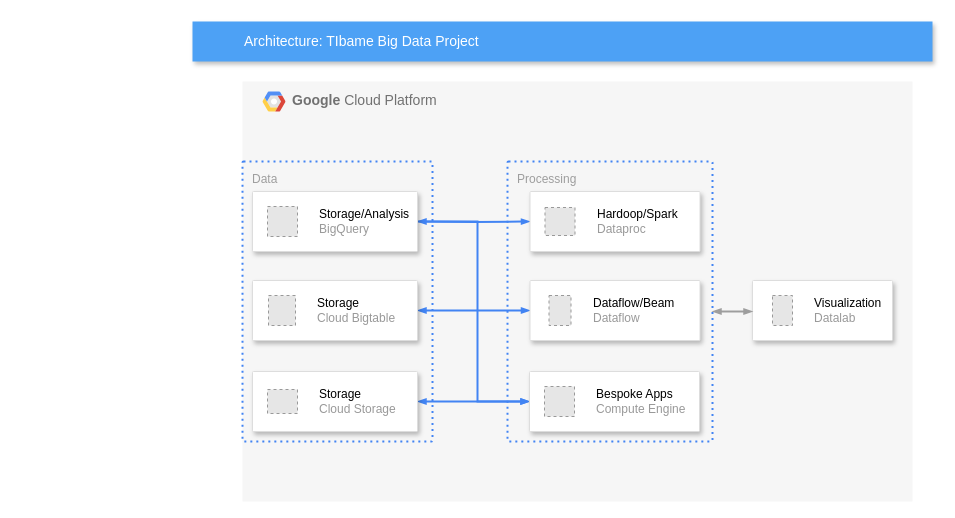
Above: v0.drawio in judyazby/tibame (draw.io), before the change. Source tidied: cells renumbered, new cells numbered last; positions are measured from the earlier drawing's top-left corner, leaving out a move shared by most shapes. Both pictures are drawn from the tidied source at 100%, with x=0, y=0 at pixel (192, 21). Pictures stored in the file or linked from it are replaced by grey dashed boxes.
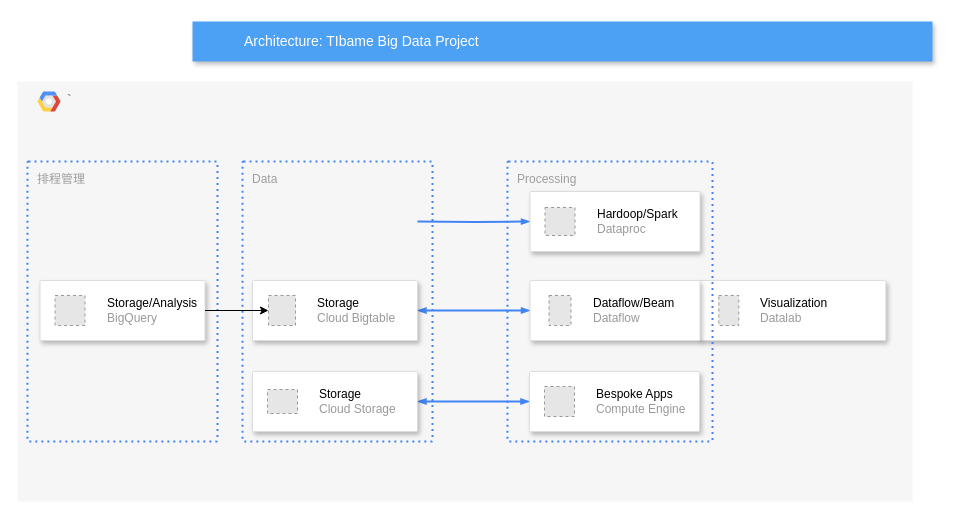
After the change.

Unchanged cells that the change refers to:
```xml
<mxCell id="17" value="&lt;font color=&quot;#000000&quot;&gt;Storage&lt;/font&gt;&lt;br&gt;Cloud Bigtable" style="fillColor=#E6E6E6;strokeColor=#999999;dashed=1;html=1;fontColor=#999999;verticalLabelPosition=middle;verticalAlign=middle;labelPosition=right;align=left;spacingLeft=20;" parent="16" vertex="1">
  <mxGeometry width="27" height="30" relative="1" as="geometry">
    <mxPoint x="16" y="15" as="offset" />
  </mxGeometry>
</mxCell>
<mxCell id="24" style="strokeColor=#dddddd;shadow=1;strokeWidth=1;rounded=1;absoluteArcSize=1;arcSize=2;" parent="1" vertex="1">
  <mxGeometry x="337" y="350" width="170" height="60" as="geometry" />
</mxCell>
```

The edit, as a diff of the source:
```diff
@@
-    <mxCell id="2" value="&lt;b&gt;Google &lt;/b&gt;Cloud Platform" style="fillColor=#F6F6F6;strokeColor=none;shadow=0;gradientColor=none;fontSize=14;align=left;spacing=10;fontColor=#717171;9E9E9E;verticalAlign=top;spacingTop=-4;fontStyle=0;spacingLeft=40;html=1;" parent="1" vertex="1">
-      <mxGeometry x="50" y="60" width="670" height="420" as="geometry" />
+    <mxCell id="2" value="`" style="fillColor=#F6F6F6;strokeColor=none;shadow=0;gradientColor=none;fontSize=14;align=left;spacing=10;fontColor=#717171;9E9E9E;verticalAlign=top;spacingTop=-4;fontStyle=0;spacingLeft=40;html=1;" parent="1" vertex="1">
+      <mxGeometry x="-175" y="60" width="895" height="420" as="geometry" />
     </mxCell>
@@
     <mxCell id="4" style="strokeColor=#dddddd;shadow=1;strokeWidth=1;rounded=1;absoluteArcSize=1;arcSize=2;" parent="2" vertex="1">
-      <mxGeometry x="510" y="199" width="140" height="60" as="geometry" />
+      <mxGeometry x="681.3" y="199" width="187" height="60" as="geometry" />
     </mxCell>
@@
+    <mxCell id="26" value="排程管理" style="rounded=1;absoluteArcSize=1;arcSize=2;html=1;strokeColor=#4284F3;gradientColor=none;shadow=0;dashed=1;fontSize=12;fontColor=#9E9E9E;align=left;verticalAlign=top;spacing=10;spacingTop=-4;fillColor=none;dashPattern=1 2;strokeWidth=2;" parent="2" vertex="1">
+      <mxGeometry x="10" y="80" width="190" height="280" as="geometry" />
+    </mxCell>
+    <mxCell id="14" style="strokeColor=#dddddd;shadow=1;strokeWidth=1;rounded=1;absoluteArcSize=1;arcSize=2;" parent="2" vertex="1">
+      <mxGeometry x="22.5" y="199" width="165" height="60" as="geometry" />
+    </mxCell>
+    <mxCell id="15" value="&lt;font color=&quot;#000000&quot;&gt;Storage/Analysis&lt;/font&gt;&lt;br&gt;BigQuery" style="fillColor=#E6E6E6;strokeColor=#999999;dashed=1;html=1;fontColor=#999999;verticalLabelPosition=middle;verticalAlign=middle;labelPosition=right;align=left;spacingLeft=20;" parent="14" vertex="1">
+      <mxGeometry width="30" height="30" relative="1" as="geometry">
+        <mxPoint x="15" y="15" as="offset" />
+      </mxGeometry>
+    </mxCell>
@@
-    <mxCell id="13" style="edgeStyle=orthogonalEdgeStyle;rounded=0;html=1;labelBackgroundColor=none;startFill=1;startSize=4;endArrow=blockThin;endFill=1;endSize=4;jettySize=auto;strokeColor=#4284F3;strokeWidth=2;fontSize=12;fontColor=#000000;align=center;dashed=0;startArrow=blockThin;" parent="1" edge="1" source="14" target="24">
-      <mxGeometry relative="1" as="geometry">
-        <Array as="points">
-          <mxPoint x="285" y="200" />
-          <mxPoint x="285" y="380" />
-        </Array>
-      </mxGeometry>
-    </mxCell>
-    <mxCell id="14" style="strokeColor=#dddddd;shadow=1;strokeWidth=1;rounded=1;absoluteArcSize=1;arcSize=2;" parent="1" vertex="1">
-      <mxGeometry x="60" y="170" width="165" height="60" as="geometry" />
-    </mxCell>
-    <mxCell id="15" value="&lt;font color=&quot;#000000&quot;&gt;Storage/Analysis&lt;/font&gt;&lt;br&gt;BigQuery" style="fillColor=#E6E6E6;strokeColor=#999999;dashed=1;html=1;fontColor=#999999;verticalLabelPosition=middle;verticalAlign=middle;labelPosition=right;align=left;spacingLeft=20;" parent="14" vertex="1">
-      <mxGeometry width="30" height="30" relative="1" as="geometry">
-        <mxPoint x="15" y="15" as="offset" />
-      </mxGeometry>
-    </mxCell>
@@
+    <mxCell id="27" style="edgeStyle=orthogonalEdgeStyle;rounded=0;jettySize=auto;html=1;" parent="1" edge="1" source="14" target="17">
+      <mxGeometry relative="1" as="geometry" />
+    </mxCell>
```
